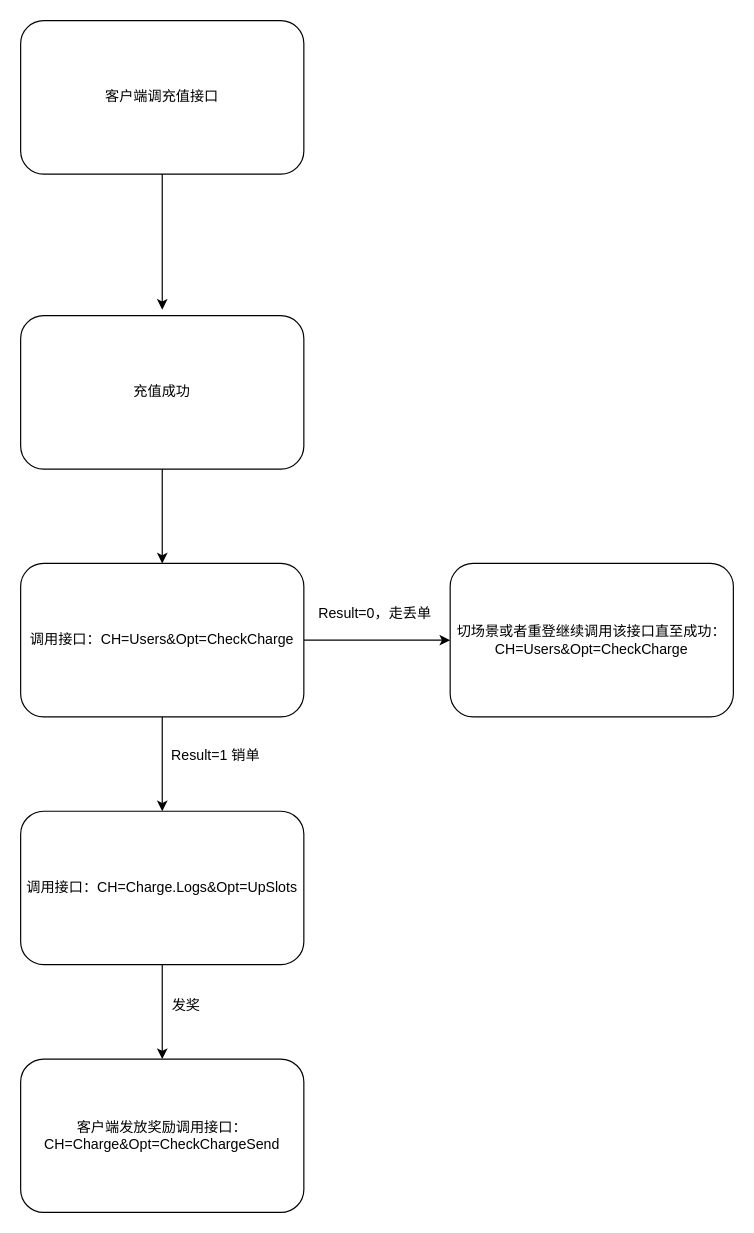
Above: 充值（丢单）流程图.drawio in yuMcdull/Study_notes (draw.io), before the change. Source tidied: cells renumbered, new cells numbered last; positions are measured from the earlier drawing's top-left corner, leaving out a move shared by most shapes. Both pictures are drawn from the tidied source at 118%, with x=0, y=0 at pixel (20, 20).
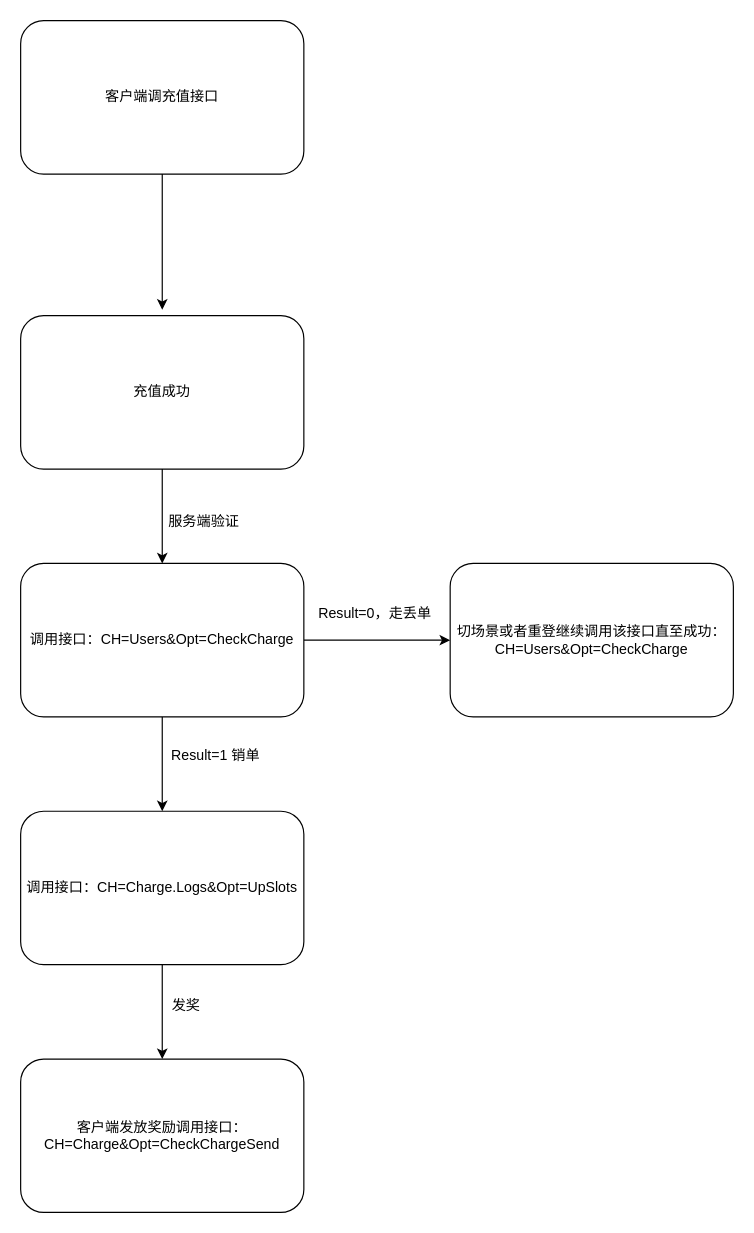
After the change.

Commit message (it also covers changes not shown here):
更新充值（丢单）流程图.drawio

Change to the diagram source:
```diff
@@
 <mxGraphModel>
   <root>
     <mxCell id="0" />
     <mxCell id="1" parent="0" />
     <mxCell id="2" style="edgeStyle=orthogonalEdgeStyle;rounded=0;jettySize=auto;html=1;" parent="1" edge="1" source="3">
       <mxGeometry relative="1" as="geometry">
         <mxPoint x="120" y="245" as="targetPoint" />
       </mxGeometry>
     </mxCell>
     <mxCell id="3" value="客户端调充值接口" style="rounded=1;whiteSpace=wrap;html=1;" parent="1" vertex="1">
       <mxGeometry width="240" height="130" as="geometry" />
     </mxCell>
     <mxCell id="4" style="edgeStyle=orthogonalEdgeStyle;rounded=0;jettySize=auto;html=1;" parent="1" edge="1" source="5" target="8">
       <mxGeometry relative="1" as="geometry" />
     </mxCell>
     <mxCell id="5" value="充值成功" style="rounded=1;whiteSpace=wrap;html=1;" parent="1" vertex="1">
       <mxGeometry y="250" width="240" height="130" as="geometry" />
     </mxCell>
     <mxCell id="6" style="edgeStyle=orthogonalEdgeStyle;rounded=0;jettySize=auto;html=1;" parent="1" edge="1" source="8" target="10">
       <mxGeometry relative="1" as="geometry" />
     </mxCell>
     <mxCell id="7" style="edgeStyle=orthogonalEdgeStyle;rounded=0;jettySize=auto;html=1;" parent="1" edge="1" source="8" target="12">
       <mxGeometry relative="1" as="geometry" />
     </mxCell>
     <mxCell id="8" value="调用接口：CH=Users&amp;amp;Opt=CheckCharge" style="rounded=1;whiteSpace=wrap;html=1;" parent="1" vertex="1">
       <mxGeometry y="460" width="240" height="130" as="geometry" />
     </mxCell>
     <mxCell id="9" style="edgeStyle=orthogonalEdgeStyle;rounded=0;jettySize=auto;html=1;" parent="1" edge="1" source="10" target="14">
       <mxGeometry relative="1" as="geometry" />
     </mxCell>
     <mxCell id="10" value="调用接口：CH=Charge.Logs&amp;amp;Opt=UpSlots" style="rounded=1;whiteSpace=wrap;html=1;" parent="1" vertex="1">
       <mxGeometry y="670" width="240" height="130" as="geometry" />
     </mxCell>
     <mxCell id="11" value="Result=1 销单" style="text;html=1;align=center;verticalAlign=middle;strokeColor=none;fillColor=none;" parent="1" vertex="1">
       <mxGeometry x="115" y="608" width="100" height="30" as="geometry" />
     </mxCell>
     <mxCell id="12" value="切场景或者重登继续调用该接口直至成功：CH=Users&amp;amp;Opt=CheckCharge" style="rounded=1;whiteSpace=wrap;html=1;" parent="1" vertex="1">
       <mxGeometry x="364" y="460" width="240" height="130" as="geometry" />
     </mxCell>
     <mxCell id="13" value="Result=0，走丢单" style="text;html=1;align=center;verticalAlign=middle;strokeColor=none;fillColor=none;" parent="1" vertex="1">
       <mxGeometry x="240" y="488" width="120" height="30" as="geometry" />
     </mxCell>
     <mxCell id="14" value="客户端发放奖励调用接口：CH=Charge&amp;amp;Opt=CheckChargeSend" style="rounded=1;whiteSpace=wrap;html=1;" parent="1" vertex="1">
       <mxGeometry y="880" width="240" height="130" as="geometry" />
     </mxCell>
     <mxCell id="15" value="发奖" style="text;html=1;align=center;verticalAlign=middle;strokeColor=none;fillColor=none;" parent="1" vertex="1">
       <mxGeometry x="115" y="820" width="50" height="30" as="geometry" />
     </mxCell>
+    <mxCell id="16" value="服务端验证" style="text;html=1;align=center;verticalAlign=middle;strokeColor=none;fillColor=none;" parent="1" vertex="1">
+      <mxGeometry x="115" y="410" width="80" height="30" as="geometry" />
+    </mxCell>
   </root>
 </mxGraphModel>
```
